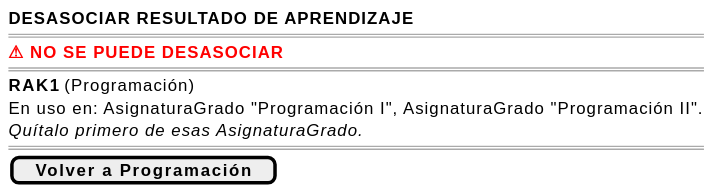
This is images/RUP/01-requisitos/03-detalle-casos-uso/desasociarResultadoAprendizajeAMateria/wireframe-bloqueada.svg from mmasias/pyCeldaPublico, a PlantUML export, as it was before one commit.
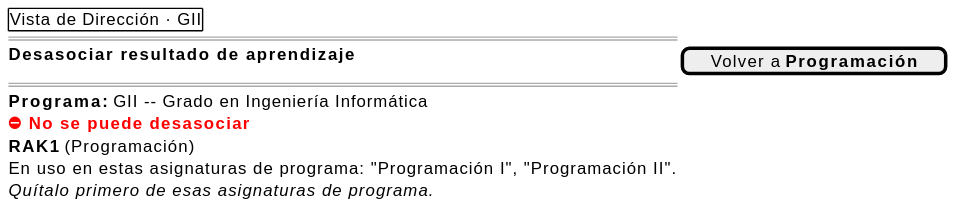
After the commit.

Diff of the diagram source:
```diff
@@ -1,15 +1,13 @@
 @startsalt desasociarResultadoAprendizajeAMateria-wireframe-bloqueada
 {
-    <b>DESASOCIAR RESULTADO DE APRENDIZAJE</b>
+    {+ Vista de Dirección · GII }
     ====
-    <color:red><b>⚠ NO SE PUEDE DESASOCIAR</b></color>
+    <b>Desasociar resultado de aprendizaje</b> | [ Volver a <b>Programación</b> ]
     ====
+    <b>Programa:</b> GII -- Grado en Ingeniería Informática
+    <color:red><b>⛔ No se puede desasociar</b></color>
     <b>RAK1</b> (Programación)
-
-    En uso en: AsignaturaGrado "Programación I", AsignaturaGrado "Programación II".
-
-    <i>Quítalo primero de esas AsignaturaGrado.</i>
-    ====
-    [ <b>Volver a Programación</b> ]
+    En uso en estas asignaturas de programa: "Programación I", "Programación II".
+    <i>Quítalo primero de esas asignaturas de programa.</i>
 }
 @endsalt
```
